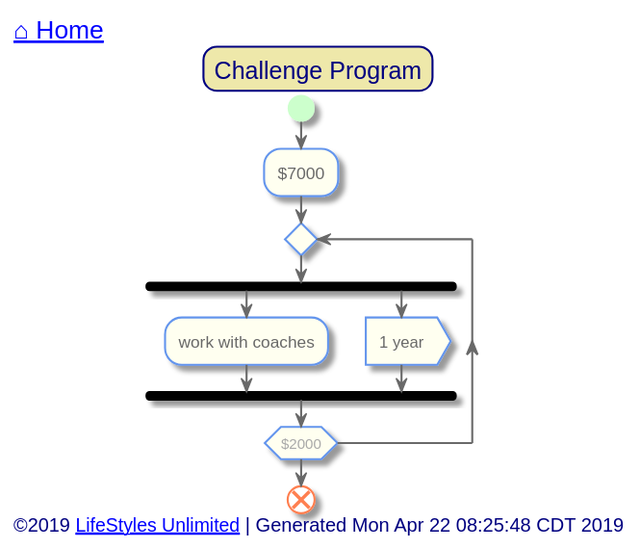
toddmo/lifestylesunlimited keeps this PlantUML diagram as out/src/single-family/challenge-program.svg. Above is the earlier version.
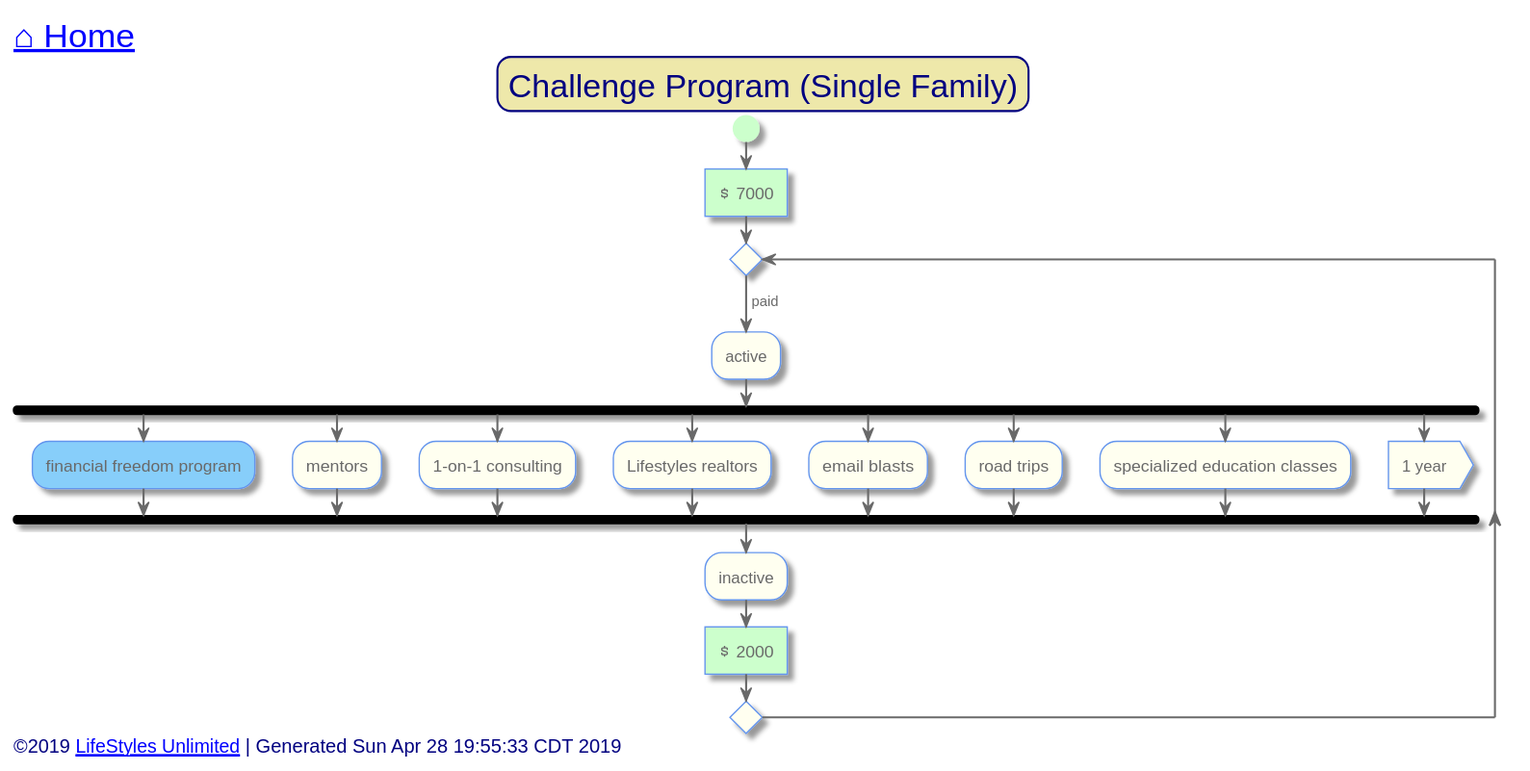
The same diagram one commit later.

Change to the diagram source:
```diff
@@ -11,11 +11,13 @@
   BackgroundColor PaleGoldenRod
   BorderColor Navy
   BorderRoundCorner 20
+  FontSize 24
 }
 
 skinparam activity {
   BackgroundColor Ivory
   BorderColor CornflowerBlue
+  BorderThickness 1
   FontColor DimGray
 
 
@@ -73,29 +75,46 @@
 
 
 left header
-	<font color=Navy size=18>[[../index.svg ⌂ Home]]</font>
+	<font color=Navy size=24>[[../index.svg ⌂ Home]]</font>
 endheader
 
 
-	Title Challenge Program
+	Title Challenge Program (Single Family)
 
 	start
 
-		:$7000;
+	#PHYSICAL:<&dollar> 7000]
 
-		repeat
-			fork
-			:work with coaches;
-			fork again
+	repeat
+		->paid;
+		:active;
+		fork
+			[[../unlimited-lifestyle/financial-freedom-program.svg?sanitize=true]]#LightSkyBlue:financial freedom program;
+		fork again
+			:mentors;
+		fork again
+			:1-on-1 consulting;
+		fork again
+			:Lifestyles realtors;
+		fork again
+			:email blasts;
+		fork again
+			:road trips;
+		fork again
+			:specialized education classes;
+
+		fork again
 			:1 year>
-			end fork
-		repeat while ($2000)
+		end fork
+		:inactive;
 
-	end
+		#PHYSICAL:<&dollar> 2000]
+	repeat while ()
+
 
 
 left footer
-	<font size=14>©2019 [[http://www.lifestylesunlimited.com LifeStyles Unlimited]] | Generated Mon Apr 22 08:25:48 CDT 2019</font>
+	<font size=14>©2019 [[http://www.lifestylesunlimited.com LifeStyles Unlimited]] | Generated Sun Apr 28 19:55:33 CDT 2019</font>
 endfooter
 
 
```
